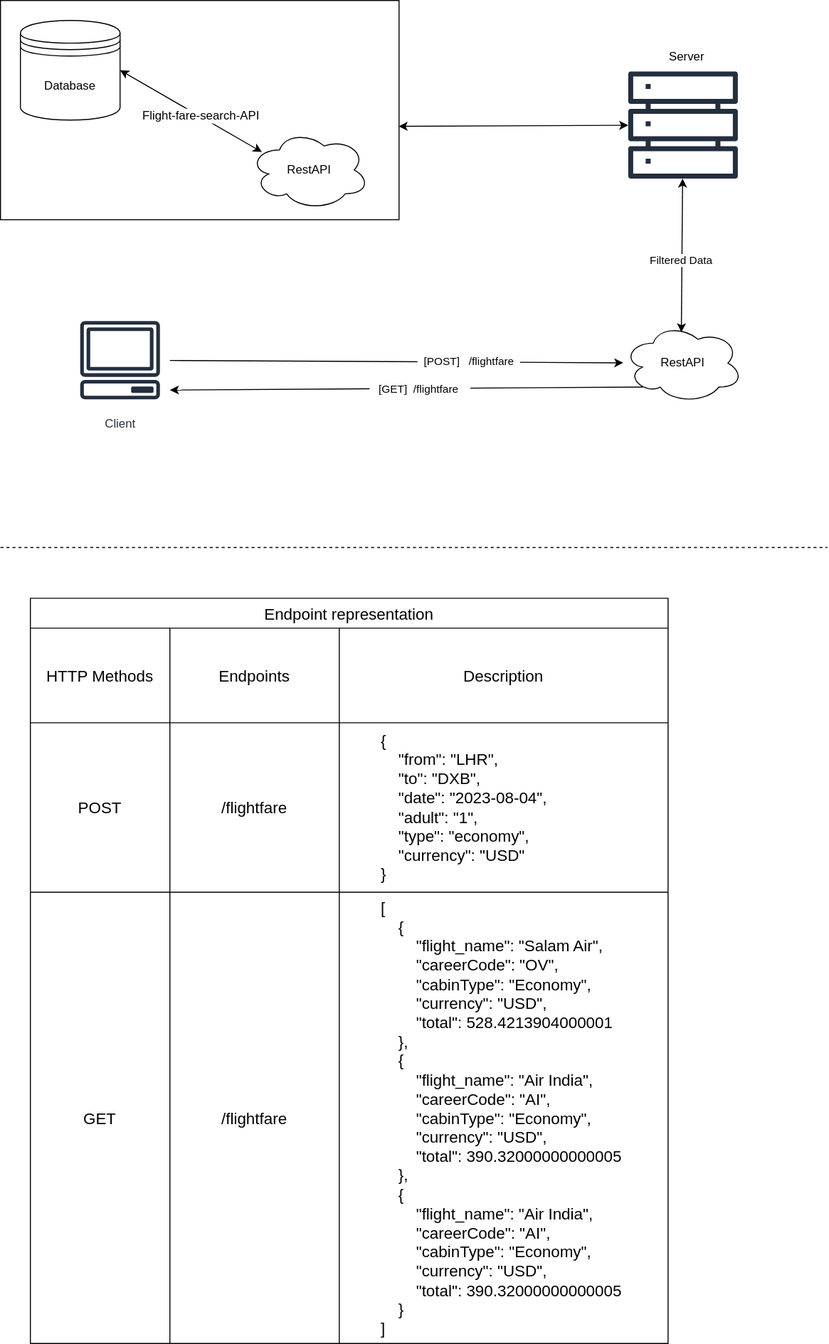
Earlier version of the draw.io export Architecture.svg (SujeetYT/AegisCovenant-Assignment). Source tidied: cells renumbered, new cells last; positions are measured from the earlier drawing's top-left corner, leaving out a move shared by most shapes. Source of this version:
```xml
<mxGraphModel>
  <root>
    <mxCell id="0" />
    <mxCell id="1" parent="0" />
    <mxCell id="2" style="rounded=0;whiteSpace=wrap;html=1;" parent="1" vertex="1">
      <mxGeometry width="400" height="220" as="geometry" />
    </mxCell>
    <mxCell id="3" value="Database" style="shape=datastore;whiteSpace=wrap;html=1;" parent="1" vertex="1">
      <mxGeometry x="20" y="20" width="100" height="100" as="geometry" />
    </mxCell>
    <mxCell id="4" value="RestAPI" style="ellipse;shape=cloud;whiteSpace=wrap;html=1;" parent="1" vertex="1">
      <mxGeometry x="250" y="130" width="120" height="80" as="geometry" />
    </mxCell>
    <mxCell id="5" style="endArrow=classic;startArrow=classic;html=1;rounded=0;entryX=0.103;entryY=0.276;entryDx=0;entryDy=0;entryPerimeter=0;exitX=1;exitY=0.5;exitDx=0;exitDy=0;" parent="1" edge="1" source="3" target="4">
      <mxGeometry relative="1" as="geometry" />
    </mxCell>
    <mxCell id="6" value="&lt;font style=&quot;font-size: 12px;&quot;&gt;Flight-fare-search-API&lt;/font&gt;" style="edgeLabel;html=1;align=center;verticalAlign=middle;" parent="5" vertex="1">
      <mxGeometry x="0.13" y="1" relative="1" as="geometry" />
    </mxCell>
    <mxCell id="7" style="endArrow=classic;startArrow=classic;html=1;rounded=0;entryX=0.999;entryY=0.574;entryDx=0;entryDy=0;entryPerimeter=0;" parent="1" edge="1" source="13" target="2">
      <mxGeometry relative="1" as="geometry" />
    </mxCell>
    <mxCell id="8" value="RestAPI" style="ellipse;shape=cloud;whiteSpace=wrap;html=1;" parent="1" vertex="1">
      <mxGeometry x="625" y="324" width="120" height="80" as="geometry" />
    </mxCell>
    <mxCell id="9" style="endArrow=classic;startArrow=classic;html=1;rounded=0;entryX=0.486;entryY=0.113;entryDx=0;entryDy=0;entryPerimeter=0;" parent="1" edge="1" source="13" target="8">
      <mxGeometry relative="1" as="geometry" />
    </mxCell>
    <mxCell id="10" value="&amp;nbsp; &amp;nbsp;Filtered Data&amp;nbsp; &amp;nbsp;" style="edgeLabel;html=1;align=center;verticalAlign=middle;" parent="9" vertex="1">
      <mxGeometry x="0.21" y="-4" relative="1" as="geometry">
        <mxPoint x="3" y="-12" as="offset" />
      </mxGeometry>
    </mxCell>
    <mxCell id="11" style="group;" parent="1" vertex="1">
      <mxGeometry x="630" y="70" width="110" height="140" as="geometry" />
    </mxCell>
    <mxCell id="12" style="group;" parent="11" vertex="1">
      <mxGeometry y="-28" width="110" height="138" as="geometry" />
    </mxCell>
    <mxCell id="13" style="sketch=0;outlineConnect=0;fontColor=#232F3E;gradientColor=none;fillColor=#232F3D;strokeColor=none;dashed=0;verticalLabelPosition=bottom;verticalAlign=top;align=center;html=1;fontSize=12;fontStyle=0;shape=mxgraph.aws4.servers;" parent="12" vertex="1">
      <mxGeometry y="28" width="110" height="110" as="geometry" />
    </mxCell>
    <mxCell id="14" value="Server" style="text;html=1;strokeColor=none;fillColor=none;align=center;verticalAlign=middle;whiteSpace=wrap;rounded=0;" parent="12" vertex="1">
      <mxGeometry x="29" width="60" height="30" as="geometry" />
    </mxCell>
    <mxCell id="15" value="Client" style="sketch=0;outlineConnect=0;fontColor=#232F3E;gradientColor=none;strokeColor=#232F3E;fillColor=#ffffff;dashed=0;verticalLabelPosition=bottom;verticalAlign=top;align=center;html=1;fontSize=12;fontStyle=0;shape=mxgraph.aws4.resourceIcon;resIcon=mxgraph.aws4.client;" parent="1" vertex="1">
      <mxGeometry x="70" y="311" width="100" height="100" as="geometry" />
    </mxCell>
    <mxCell id="16" style="endArrow=classic;html=1;rounded=0;" parent="1" edge="1" source="15" target="8">
      <mxGeometry relative="1" as="geometry" />
    </mxCell>
    <mxCell id="17" value="&amp;nbsp; [POST]&amp;nbsp; &amp;nbsp;/flightfare&amp;nbsp;&amp;nbsp;" style="edgeLabel;html=1;align=center;verticalAlign=middle;" parent="16" vertex="1">
      <mxGeometry x="0.32" y="1" relative="1" as="geometry" />
    </mxCell>
    <mxCell id="18" style="endArrow=classic;html=1;rounded=0;exitX=0.163;exitY=0.8;exitDx=0;exitDy=0;exitPerimeter=0;entryX=1;entryY=0.8;entryDx=0;entryDy=0;entryPerimeter=0;" parent="1" edge="1" source="8" target="15">
      <mxGeometry relative="1" as="geometry" />
    </mxCell>
    <mxCell id="19" value="&amp;nbsp; &amp;nbsp;[GET]&amp;nbsp; /flightfare&amp;nbsp; &amp;nbsp;&amp;nbsp;" style="edgeLabel;html=1;align=center;verticalAlign=middle;" parent="18" vertex="1">
      <mxGeometry x="-0.55" y="-1" relative="1" as="geometry">
        <mxPoint x="-118" y="2" as="offset" />
      </mxGeometry>
    </mxCell>
    <mxCell id="20" value="Endpoint representation" style="shape=table;startSize=30;strokeColor=default;fontSize=16;" parent="1" vertex="1">
      <mxGeometry x="30" y="600" width="640" height="748" as="geometry" />
    </mxCell>
    <mxCell id="21" style="shape=tableRow;horizontal=0;startSize=0;swimlaneHead=0;swimlaneBody=0;strokeColor=inherit;top=0;left=0;bottom=0;right=0;fillColor=none;fontSize=16;labelBackgroundColor=#CCCCCC;" parent="20" vertex="1">
      <mxGeometry y="30" width="640" height="95" as="geometry" />
    </mxCell>
    <mxCell id="22" value="HTTP Methods" style="shape=partialRectangle;html=1;whiteSpace=wrap;strokeColor=inherit;overflow=hidden;fillColor=none;top=0;left=0;bottom=0;right=0;fontSize=16;" parent="21" vertex="1">
      <mxGeometry width="140" height="95" as="geometry" />
    </mxCell>
    <mxCell id="23" value="Endpoints" style="shape=partialRectangle;html=1;whiteSpace=wrap;strokeColor=inherit;overflow=hidden;fillColor=none;top=0;left=0;bottom=0;right=0;fontSize=16;" parent="21" vertex="1">
      <mxGeometry x="140" width="170" height="95" as="geometry" />
    </mxCell>
    <mxCell id="24" value="Description" style="shape=partialRectangle;html=1;whiteSpace=wrap;strokeColor=inherit;overflow=hidden;fillColor=none;top=0;left=0;bottom=0;right=0;fontSize=16;" parent="21" vertex="1">
      <mxGeometry x="310" width="330" height="95" as="geometry" />
    </mxCell>
    <mxCell id="25" style="shape=tableRow;horizontal=0;startSize=0;swimlaneHead=0;swimlaneBody=0;strokeColor=inherit;top=0;left=0;bottom=0;right=0;fillColor=none;fontSize=16;" parent="20" vertex="1">
      <mxGeometry y="125" width="640" height="170" as="geometry" />
    </mxCell>
    <mxCell id="26" value="POST" style="shape=partialRectangle;html=1;whiteSpace=wrap;strokeColor=inherit;overflow=hidden;fillColor=none;top=0;left=0;bottom=0;right=0;fontSize=16;" parent="25" vertex="1">
      <mxGeometry width="140" height="170" as="geometry" />
    </mxCell>
    <mxCell id="27" value="/flightfare" style="shape=partialRectangle;html=1;whiteSpace=wrap;strokeColor=inherit;overflow=hidden;fillColor=none;top=0;left=0;bottom=0;right=0;fontSize=16;" parent="25" vertex="1">
      <mxGeometry x="140" width="170" height="170" as="geometry" />
    </mxCell>
    <mxCell id="28" value="&lt;blockquote style=&quot;margin: 0 0 0 40px; border: none; padding: 0px;&quot;&gt;&lt;div&gt;{&lt;/div&gt;&lt;div&gt;&amp;nbsp; &amp;nbsp; &quot;from&quot;: &quot;LHR&quot;,&lt;/div&gt;&lt;div&gt;&amp;nbsp; &amp;nbsp; &quot;to&quot;: &quot;DXB&quot;,&lt;/div&gt;&lt;div&gt;&amp;nbsp; &amp;nbsp; &quot;date&quot;: &quot;2023-08-04&quot;,&lt;/div&gt;&lt;div&gt;&amp;nbsp; &amp;nbsp; &quot;adult&quot;: &quot;1&quot;,&lt;/div&gt;&lt;div&gt;&amp;nbsp; &amp;nbsp; &quot;type&quot;: &quot;economy&quot;,&lt;/div&gt;&lt;div&gt;&amp;nbsp; &amp;nbsp; &quot;currency&quot;: &quot;USD&quot;&lt;/div&gt;&lt;div&gt;}&lt;/div&gt;&lt;/blockquote&gt;" style="shape=partialRectangle;html=1;whiteSpace=wrap;strokeColor=inherit;overflow=hidden;fillColor=none;top=0;left=0;bottom=0;right=0;fontSize=16;align=left;" parent="25" vertex="1">
      <mxGeometry x="310" width="330" height="170" as="geometry" />
    </mxCell>
    <mxCell id="29" style="shape=tableRow;horizontal=0;startSize=0;swimlaneHead=0;swimlaneBody=0;strokeColor=inherit;top=0;left=0;bottom=0;right=0;fillColor=none;fontSize=16;" parent="20" vertex="1">
      <mxGeometry y="295" width="640" height="453" as="geometry" />
    </mxCell>
    <mxCell id="30" value="GET" style="shape=partialRectangle;html=1;whiteSpace=wrap;strokeColor=inherit;overflow=hidden;fillColor=none;top=0;left=0;bottom=0;right=0;fontSize=16;" parent="29" vertex="1">
      <mxGeometry width="140" height="453" as="geometry" />
    </mxCell>
    <mxCell id="31" value="/flightfare" style="shape=partialRectangle;html=1;whiteSpace=wrap;strokeColor=inherit;overflow=hidden;fillColor=none;top=0;left=0;bottom=0;right=0;fontSize=16;" parent="29" vertex="1">
      <mxGeometry x="140" width="170" height="453" as="geometry" />
    </mxCell>
    <mxCell id="32" value="&lt;blockquote style=&quot;margin: 0 0 0 40px; border: none; padding: 0px;&quot;&gt;[&lt;br&gt;&amp;nbsp; &amp;nbsp; {&lt;br&gt;&amp;nbsp; &amp;nbsp; &amp;nbsp; &amp;nbsp; &quot;flight_name&quot;: &quot;Salam Air&quot;,&lt;br&gt;&amp;nbsp; &amp;nbsp; &amp;nbsp; &amp;nbsp; &quot;careerCode&quot;: &quot;OV&quot;,&lt;br&gt;&amp;nbsp; &amp;nbsp; &amp;nbsp; &amp;nbsp; &quot;cabinType&quot;: &quot;Economy&quot;,&lt;br&gt;&amp;nbsp; &amp;nbsp; &amp;nbsp; &amp;nbsp; &quot;currency&quot;: &quot;USD&quot;,&lt;br&gt;&amp;nbsp; &amp;nbsp; &amp;nbsp; &amp;nbsp; &quot;total&quot;: 528.4213904000001&lt;br&gt;&amp;nbsp; &amp;nbsp; },&lt;br&gt;&amp;nbsp; &amp;nbsp; {&lt;br&gt;&amp;nbsp; &amp;nbsp; &amp;nbsp; &amp;nbsp; &quot;flight_name&quot;: &quot;Air India&quot;,&lt;br&gt;&amp;nbsp; &amp;nbsp; &amp;nbsp; &amp;nbsp; &quot;careerCode&quot;: &quot;AI&quot;,&lt;br&gt;&amp;nbsp; &amp;nbsp; &amp;nbsp; &amp;nbsp; &quot;cabinType&quot;: &quot;Economy&quot;,&lt;br&gt;&amp;nbsp; &amp;nbsp; &amp;nbsp; &amp;nbsp; &quot;currency&quot;: &quot;USD&quot;,&lt;br&gt;&amp;nbsp; &amp;nbsp; &amp;nbsp; &amp;nbsp; &quot;total&quot;: 390.32000000000005&lt;br&gt;&amp;nbsp; &amp;nbsp; },&lt;br&gt;&amp;nbsp; &amp;nbsp; {&lt;br&gt;&amp;nbsp; &amp;nbsp; &amp;nbsp; &amp;nbsp; &quot;flight_name&quot;: &quot;Air India&quot;,&lt;br&gt;&amp;nbsp; &amp;nbsp; &amp;nbsp; &amp;nbsp; &quot;careerCode&quot;: &quot;AI&quot;,&lt;br&gt;&amp;nbsp; &amp;nbsp; &amp;nbsp; &amp;nbsp; &quot;cabinType&quot;: &quot;Economy&quot;,&lt;br&gt;&amp;nbsp; &amp;nbsp; &amp;nbsp; &amp;nbsp; &quot;currency&quot;: &quot;USD&quot;,&lt;br&gt;&amp;nbsp; &amp;nbsp; &amp;nbsp; &amp;nbsp; &quot;total&quot;: 390.32000000000005&lt;br&gt;&amp;nbsp; &amp;nbsp; }&lt;br&gt;]&lt;/blockquote&gt;" style="shape=partialRectangle;html=1;whiteSpace=wrap;strokeColor=inherit;overflow=hidden;fillColor=none;top=0;left=0;bottom=0;right=0;fontSize=16;align=left;" parent="29" vertex="1">
      <mxGeometry x="310" width="330" height="453" as="geometry" />
    </mxCell>
    <mxCell id="33" style="endArrow=none;dashed=1;html=1;rounded=0;" parent="1" edge="1">
      <mxGeometry relative="1" as="geometry">
        <mxPoint y="549" as="sourcePoint" />
        <mxPoint x="830" y="549" as="targetPoint" />
      </mxGeometry>
    </mxCell>
  </root>
</mxGraphModel>
```
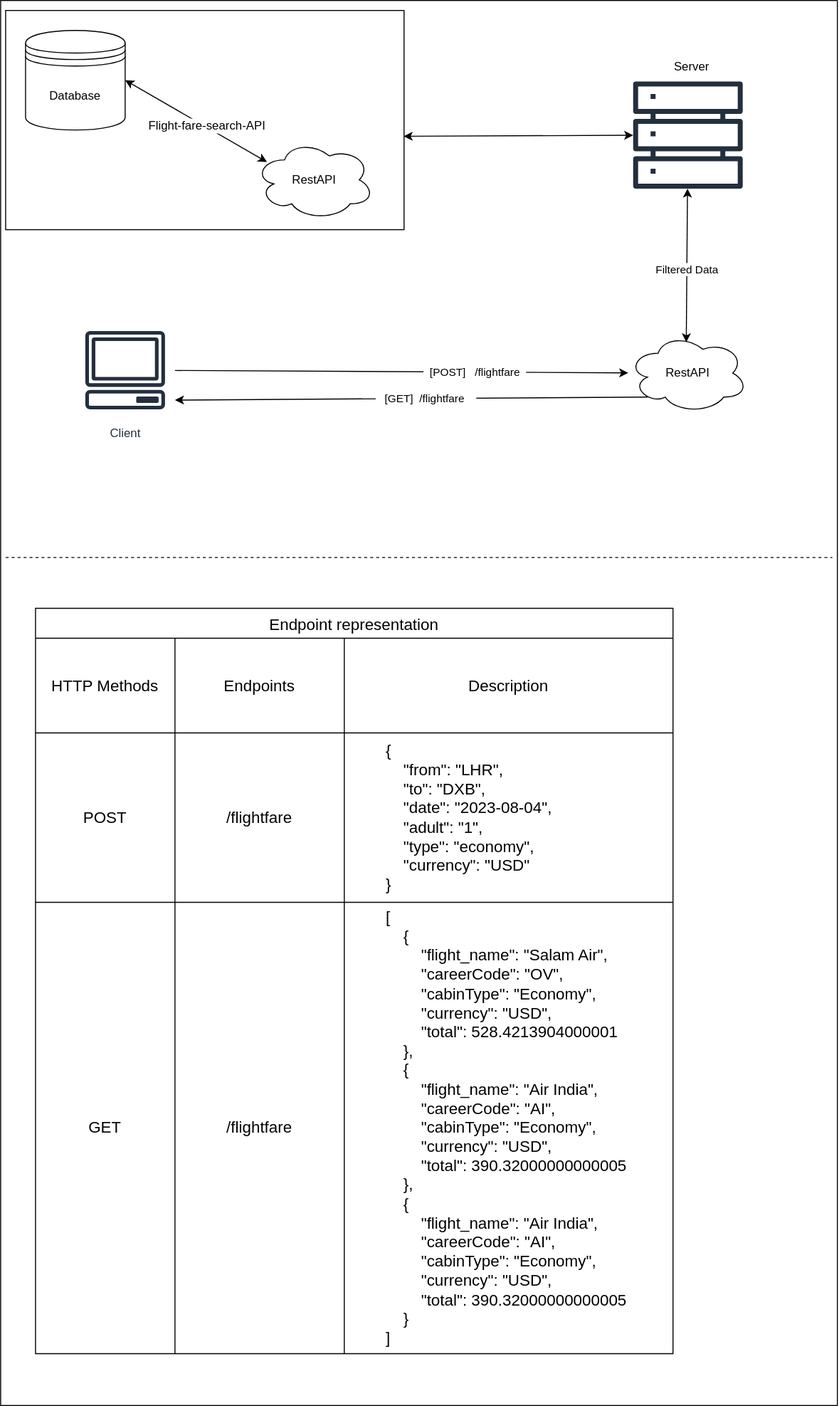
The same diagram one commit later.

The edit, as a diff of the source:
```diff
@@ -2,6 +2,9 @@
   <root>
     <mxCell id="0" />
     <mxCell id="1" parent="0" />
+    <mxCell id="34" style="rounded=0;whiteSpace=wrap;html=1;" parent="1" vertex="1">
+      <mxGeometry x="-5" y="-10" width="840" height="1410" as="geometry" />
+    </mxCell>
     <mxCell id="2" style="rounded=0;whiteSpace=wrap;html=1;" parent="1" vertex="1">
       <mxGeometry width="400" height="220" as="geometry" />
     </mxCell>
```
